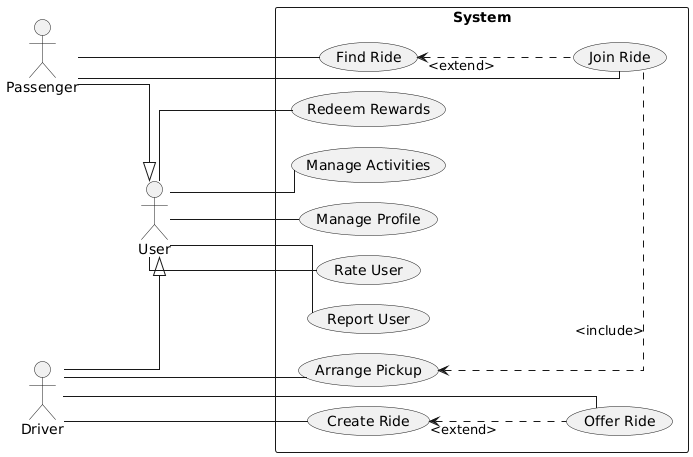
Earlier version of the PlantUML export reports/use-case-diagram-new/use-case-diagram-v1.0.png (YannisRavasopoulos/ProjectSD_S6). Source of this version:
```plantuml
@startuml
left to right direction
skinparam linetype ortho

skinparam nodesep 20

actor Passenger
actor Driver
actor User

Driver --|> User
Passenger --|> User

rectangle "System" {
usecase "Offer Ride" as UC_offer_ride
usecase "Find Ride" as UC_find_ride
usecase "Arrange Pickup" as UC_arrange_pickup
usecase "Rate User" as UC_rate_user
usecase "Create Ride" as UC_create_ride
usecase "Join Ride" as UC_join_ride
usecase "Report User" as UC_report_user
usecase "Redeem Rewards" as UC_redeem_rewards
usecase "Manage Activities" as UC_manage_activities
usecase "Manage Profile" as UC_manage_profile
}

Driver --- UC_offer_ride
Driver --- UC_arrange_pickup
Driver --- UC_create_ride

Passenger --- UC_find_ride
Passenger --- UC_join_ride

User --- UC_report_user
User --- UC_redeem_rewards
User --- UC_manage_profile
User --- UC_manage_activities
User --- UC_rate_user

UC_create_ride <... UC_offer_ride : "<extend>"
UC_arrange_pickup <... UC_join_ride : "<include>"
UC_find_ride <... UC_join_ride : "<extend>"
@enduml
```
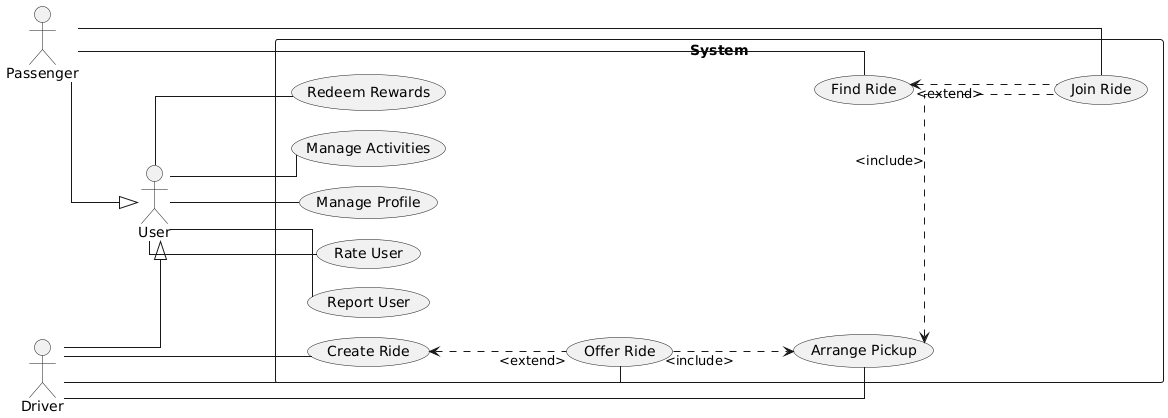
The same diagram one commit later.

Commit message:
Remove temporary download file for use case diagram

Diff of the diagram source:
```diff
@@ -37,6 +37,7 @@
 User --- UC_manage_activities
 User --- UC_rate_user
 
+UC_offer_ride ...> UC_arrange_pickup : "<include>"
 UC_create_ride <... UC_offer_ride : "<extend>"
 UC_arrange_pickup <... UC_join_ride : "<include>"
 UC_find_ride <... UC_join_ride : "<extend>"
```
